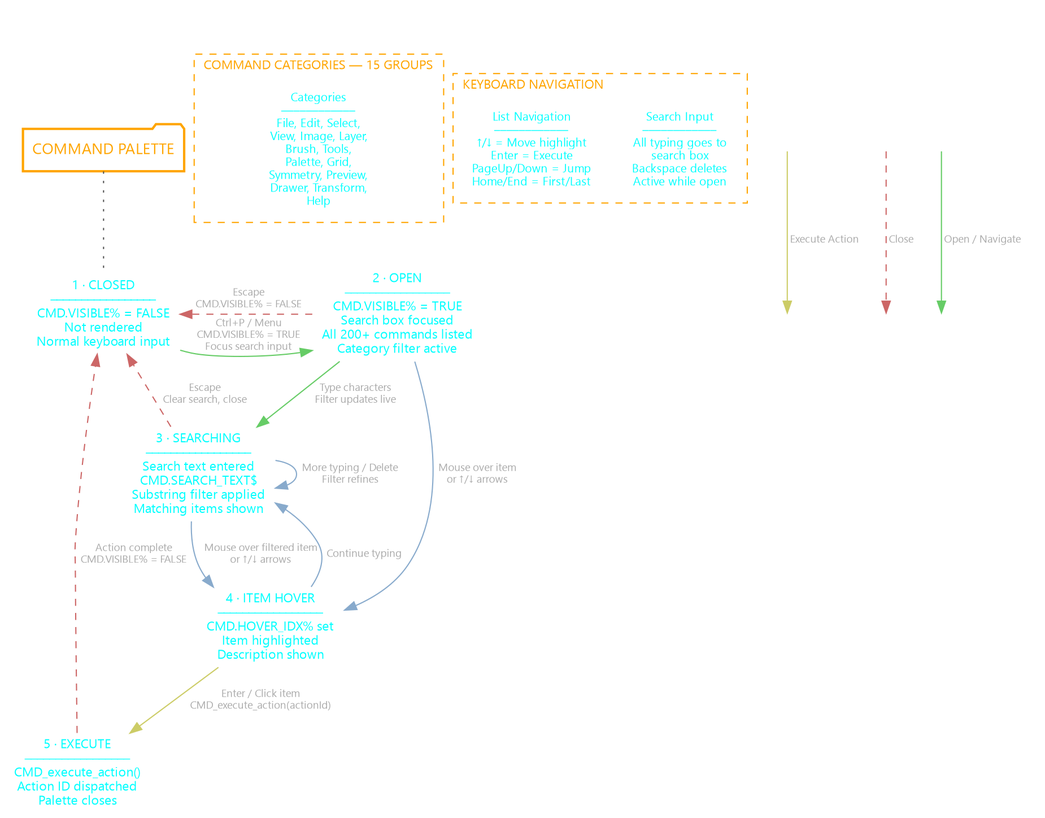
Earlier version of the Graphviz export PLANS/diagrams/GUI/COMMAND-PALETTE-STATES.png (grymmjack/DRAW). Its source is kept beside it as PLANS/diagrams/GUI/COMMAND-PALETTE-STATES.DOT.
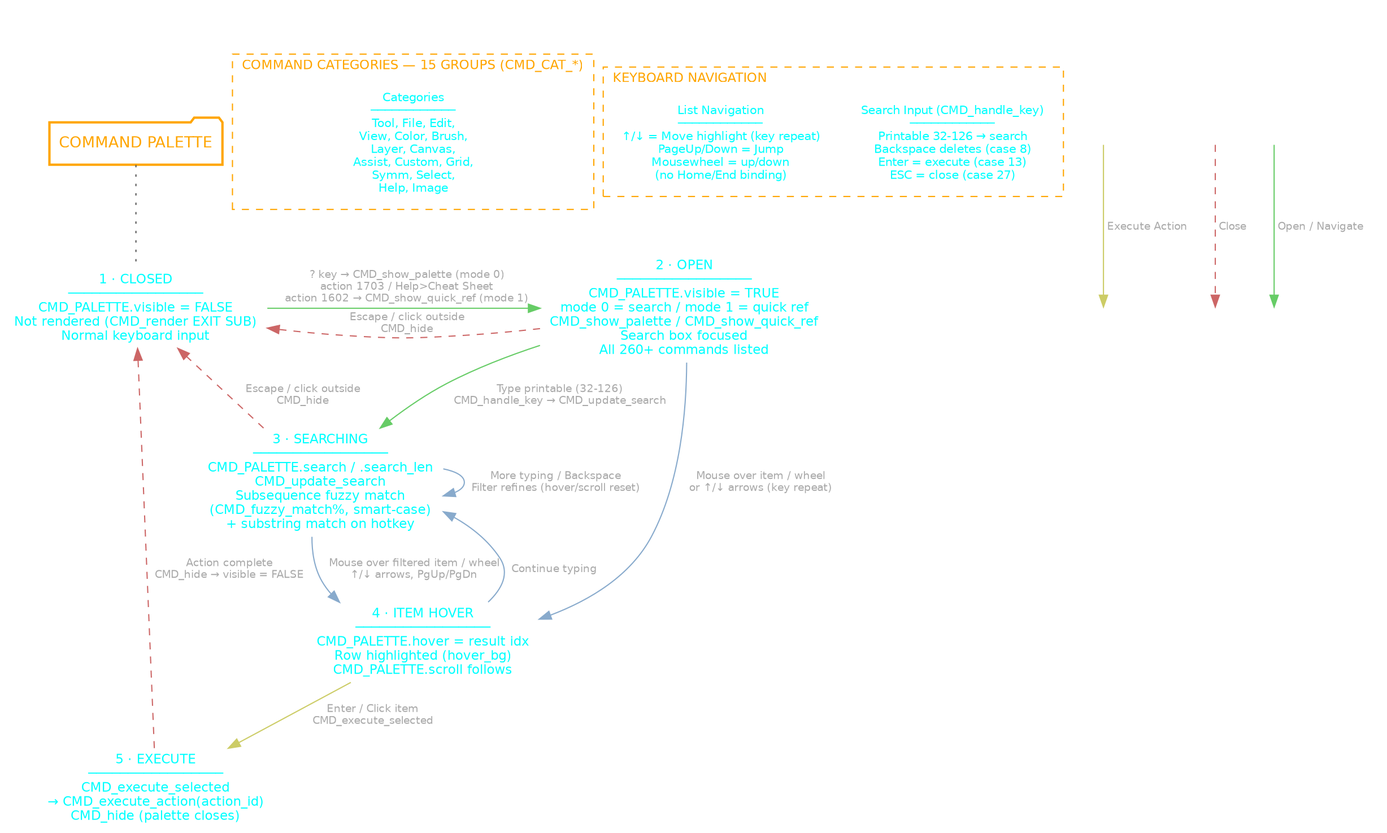
After the commit.

Change to the diagram source:
```diff
@@ -17,46 +17,46 @@
         MAIN [label="COMMAND PALETTE"];
     }
 
-    S_CLOSED [label="1 · CLOSED\n─────────────────\nCMD.VISIBLE% = FALSE\nNot rendered\nNormal keyboard input"];
-    S_OPEN [label="2 · OPEN\n─────────────────\nCMD.VISIBLE% = TRUE\nSearch box focused\nAll 200+ commands listed\nCategory filter active"];
-    S_SEARCHING [label="3 · SEARCHING\n─────────────────\nSearch text entered\nCMD.SEARCH_TEXT$\nSubstring filter applied\nMatching items shown"];
-    S_HOVER [label="4 · ITEM HOVER\n─────────────────\nCMD.HOVER_IDX% set\nItem highlighted\nDescription shown"];
-    S_EXECUTE [label="5 · EXECUTE\n─────────────────\nCMD_execute_action()\nAction ID dispatched\nPalette closes"];
+    S_CLOSED [label="1 · CLOSED\n─────────────────\nCMD_PALETTE.visible = FALSE\nNot rendered (CMD_render EXIT SUB)\nNormal keyboard input"];
+    S_OPEN [label="2 · OPEN\n─────────────────\nCMD_PALETTE.visible = TRUE\nmode 0 = search / mode 1 = quick ref\nCMD_show_palette / CMD_show_quick_ref\nSearch box focused\nAll 260+ commands listed"];
+    S_SEARCHING [label="3 · SEARCHING\n─────────────────\nCMD_PALETTE.search / .search_len\nCMD_update_search\nSubsequence fuzzy match\n(CMD_fuzzy_match%, smart-case)\n+ substring match on hotkey"];
+    S_HOVER [label="4 · ITEM HOVER\n─────────────────\nCMD_PALETTE.hover = result idx\nRow highlighted (hover_bg)\nCMD_PALETTE.scroll follows"];
+    S_EXECUTE [label="5 · EXECUTE\n─────────────────\nCMD_execute_selected\n→ CMD_execute_action(action_id)\nCMD_hide (palette closes)"];
 
     S_CLOSED -> S_OPEN [
-        label="  Ctrl+P / Menu\n  CMD.VISIBLE% = TRUE\n  Focus search input"
+        label="  ? key → CMD_show_palette (mode 0)\n  action 1703 / Help>Cheat Sheet\n  action 1602 → CMD_show_quick_ref (mode 1)"
         color="#66cc66"
     ];
     S_OPEN -> S_SEARCHING [
-        label="  Type characters\n  Filter updates live"
+        label="  Type printable (32-126)\n  CMD_handle_key → CMD_update_search"
         color="#66cc66"
     ];
     S_SEARCHING -> S_SEARCHING [
-        label="  More typing / Delete\n  Filter refines"
+        label="  More typing / Backspace\n  Filter refines (hover/scroll reset)"
         color="#88aacc"
     ];
     S_OPEN -> S_HOVER [
-        label="  Mouse over item\n  or ↑/↓ arrows"
+        label="  Mouse over item / wheel\n  or ↑/↓ arrows (key repeat)"
         color="#88aacc"
     ];
     S_SEARCHING -> S_HOVER [
-        label="  Mouse over filtered item\n  or ↑/↓ arrows"
+        label="  Mouse over filtered item / wheel\n  ↑/↓ arrows, PgUp/PgDn"
         color="#88aacc"
     ];
     S_HOVER -> S_EXECUTE [
-        label="  Enter / Click item\n  CMD_execute_action(actionId)"
+        label="  Enter / Click item\n  CMD_execute_selected"
         color="#cccc66"
     ];
     S_EXECUTE -> S_CLOSED [
-        label="  Action complete\n  CMD.VISIBLE% = FALSE"
+        label="  Action complete\n  CMD_hide → visible = FALSE"
         color="#cc6666" style=dashed
     ];
     S_OPEN -> S_CLOSED [
-        label="  Escape\n  CMD.VISIBLE% = FALSE"
+        label="  Escape / click outside\n  CMD_hide"
         color="#cc6666" style=dashed
     ];
     S_SEARCHING -> S_CLOSED [
-        label="  Escape\n  Clear search, close"
+        label="  Escape / click outside\n  CMD_hide"
         color="#cc6666" style=dashed
     ];
     S_HOVER -> S_SEARCHING [
@@ -65,11 +65,11 @@
     ];
 
     subgraph cluster_categories {
-        label="COMMAND CATEGORIES — 15 GROUPS" labelloc=t labeljust=l
+        label="COMMAND CATEGORIES — 15 GROUPS (CMD_CAT_*)" labelloc=t labeljust=l
         fontcolor=orange fontsize=11.0 fontname="Cascadia Code PL"
         color=orange style=dashed penwidth=1
 
-        CAT_LIST [label="Categories\n────────────\nFile, Edit, Select,\nView, Image, Layer,\nBrush, Tools,\nPalette, Grid,\nSymmetry, Preview,\nDrawer, Transform,\nHelp"
+        CAT_LIST [label="Categories\n────────────\nTool, File, Edit,\nView, Color, Brush,\nLayer, Canvas,\nAssist, Custom, Grid,\nSymm, Select,\nHelp, Image"
                   fontsize=10.0];
     }
 
@@ -78,9 +78,9 @@
         fontcolor=orange fontsize=11.0 fontname="Cascadia Code PL"
         color=orange style=dashed penwidth=1
 
-        KB_SEARCH [label="Search Input\n────────────\nAll typing goes to\nsearch box\nBackspace deletes\nActive while open"
+        KB_SEARCH [label="Search Input (CMD_handle_key)\n────────────\nPrintable 32-126 → search\nBackspace deletes (case 8)\nEnter = execute (case 13)\nESC = close (case 27)"
                    fontsize=10.0];
-        KB_NAV [label="List Navigation\n────────────\n↑/↓ = Move highlight\nEnter = Execute\nPageUp/Down = Jump\nHome/End = First/Last"
+        KB_NAV [label="List Navigation\n────────────\n↑/↓ = Move highlight (key repeat)\nPageUp/Down = Jump\nMousewheel = up/down\n(no Home/End binding)"
                 fontsize=10.0];
     }
 
```
